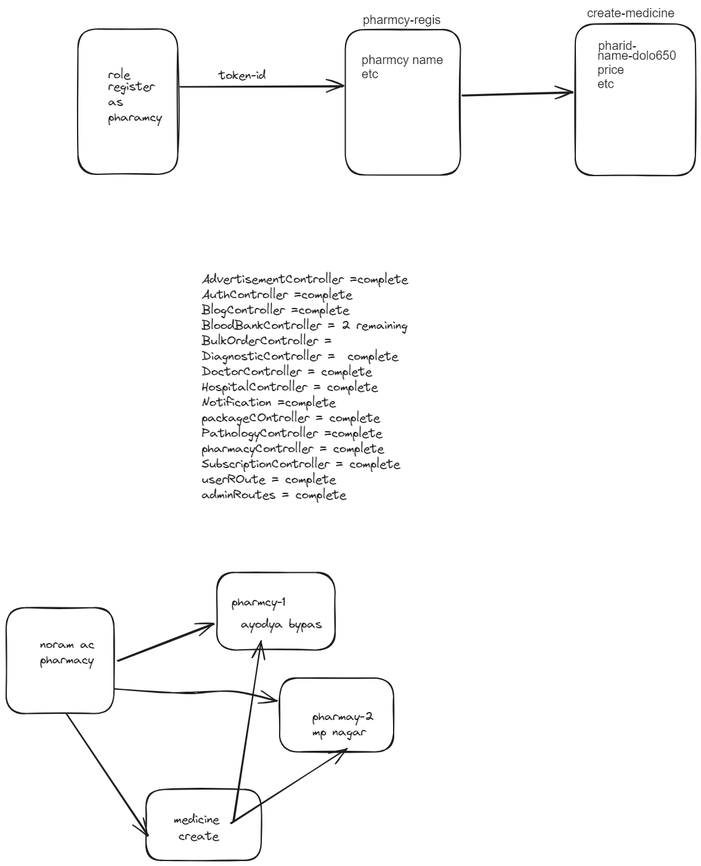
Before: dr.excalidraw.png, a diagram exported from Excalidraw (thefarhanahmad/hospital-server). Source tidied: one line per element, renumbered; positions are measured from the earlier drawing's top-left corner, leaving out a move shared by most shapes.
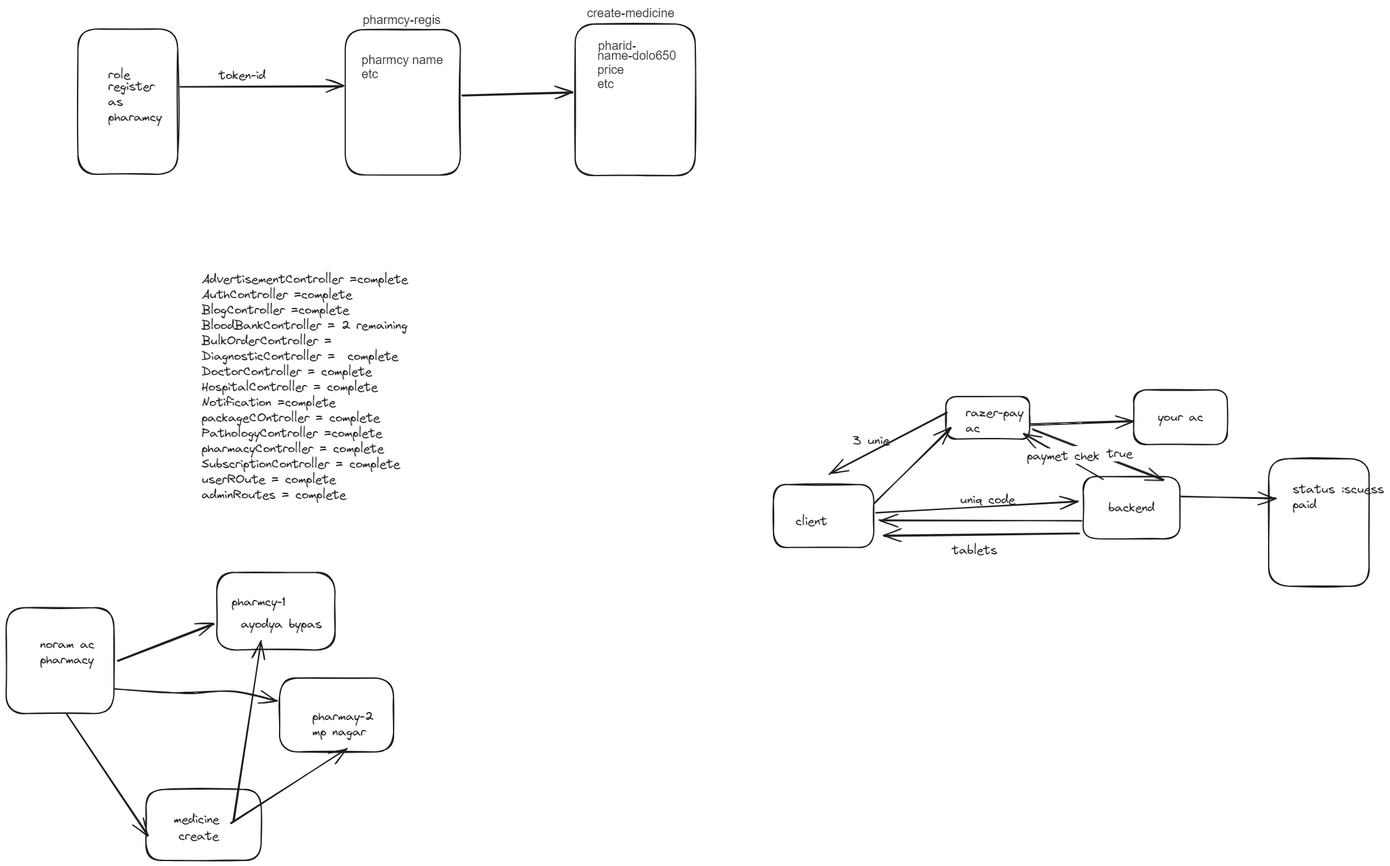
After the change.

The edit, as a diff of the source:
```diff
@@ -27,3 +27,27 @@
 {"id": 26, "type": "text", "text": "pharmay-2\nmp nagar", "strokeColor": "#1e1e1e", "strokeWidth": 2, "roughness": 1, "fontSize": 20, "fontFamily": 1, "x": 497, "y": 1141, "width": 100, "height": 50}
 {"id": 27, "type": "arrow", "strokeColor": "#1e1e1e", "strokeWidth": 2, "roughness": 1, "endArrowhead": "arrow", "round": true, "to": 26, "x": 365, "y": 1327, "width": 188, "height": 121, "points": [[0, 0], [188, -121]]}
 {"id": 28, "type": "arrow", "strokeColor": "#1e1e1e", "strokeWidth": 2, "roughness": 1, "endArrowhead": "arrow", "round": true, "to": 23, "x": 369, "y": 1323, "width": 45, "height": 292, "points": [[0, 0], [45, -292]]}
+{"id": 29, "type": "rectangle", "strokeColor": "#1e1e1e", "strokeWidth": 2, "roughness": 1, "round": true, "x": 1246, "y": 777, "width": 163, "height": 102}
+{"id": 30, "type": "rectangle", "strokeColor": "#1e1e1e", "strokeWidth": 2, "roughness": 1, "round": true, "x": 1749, "y": 764, "width": 157, "height": 101}
+{"id": 31, "type": "text", "text": "backend", "strokeColor": "#1e1e1e", "strokeWidth": 2, "roughness": 1, "fontSize": 20, "fontFamily": 1, "textAlign": "center", "verticalAlign": "middle", "inside": 30, "x": 1790, "y": 802, "width": 75, "height": 25}
+{"id": 32, "type": "arrow", "strokeColor": "#1e1e1e", "strokeWidth": 2, "roughness": 1, "endArrowhead": "arrow", "round": true, "from": 29, "x": 1410, "y": 806, "width": 124, "height": 121, "points": [[0, 0], [124, -121]]}
+{"id": 33, "type": "arrow", "strokeColor": "#1e1e1e", "strokeWidth": 2, "roughness": 1, "endArrowhead": "arrow", "round": true, "from": 30, "to": 29, "x": 1743, "y": 857, "width": 318, "height": 3, "points": [[0, 0], [-318, 3]]}
+{"id": 34, "type": "text", "text": "tablets", "strokeColor": "#1e1e1e", "strokeWidth": 2, "roughness": 1, "fontSize": 20, "fontFamily": 1, "x": 1536, "y": 871, "width": 73, "height": 25}
+{"id": 35, "type": "rectangle", "strokeColor": "#1e1e1e", "strokeWidth": 2, "roughness": 1, "round": true, "x": 1526, "y": 634, "width": 136, "height": 69}
+{"id": 36, "type": "text", "text": "razer-pay\nac", "strokeColor": "#1e1e1e", "strokeWidth": 2, "roughness": 1, "fontSize": 20, "fontFamily": 1, "x": 1558, "y": 648, "width": 94, "height": 50}
+{"id": 37, "type": "arrow", "strokeColor": "#1e1e1e", "strokeWidth": 2, "roughness": 1, "endArrowhead": "arrow", "round": true, "from": 36, "x": 1664, "y": 679, "width": 167, "height": 6, "points": [[0, 0], [167, -6]]}
+{"id": 38, "type": "rectangle", "strokeColor": "#1e1e1e", "strokeWidth": 2, "roughness": 1, "round": true, "x": 1831, "y": 623, "width": 152, "height": 89}
+{"id": 39, "type": "text", "text": "your ac", "strokeColor": "#1e1e1e", "strokeWidth": 2, "roughness": 1, "fontSize": 20, "fontFamily": 1, "textAlign": "center", "verticalAlign": "middle", "inside": 38, "x": 1870, "y": 655, "width": 74, "height": 25}
+{"id": 40, "type": "arrow", "strokeColor": "#1e1e1e", "strokeWidth": 2, "roughness": 1, "endArrowhead": "arrow", "round": true, "from": 29, "to": 30, "x": 1413, "y": 822, "width": 328, "height": 18, "points": [[0, 0], [328, -18]]}
+{"id": 41, "type": "text", "text": "uniq code", "strokeColor": "#1e1e1e", "strokeWidth": 2, "roughness": 1, "fontSize": 20, "fontFamily": 1, "x": 1549, "y": 789, "width": 89, "height": 25}
+{"id": 42, "type": "arrow", "strokeColor": "#1e1e1e", "strokeWidth": 2, "roughness": 1, "endArrowhead": "arrow", "round": true, "from": 30, "x": 1908, "y": 796, "width": 153, "height": 3, "points": [[0, 0], [153, 3]]}
+{"id": 43, "type": "rectangle", "strokeColor": "#1e1e1e", "strokeWidth": 2, "roughness": 1, "round": true, "x": 2050, "y": 735, "width": 163, "height": 207}
+{"id": 44, "type": "arrow", "strokeColor": "#1e1e1e", "strokeWidth": 2, "roughness": 1, "endArrowhead": "arrow", "round": true, "from": 30, "to": 29, "x": 1746, "y": 835, "width": 328, "height": 0, "points": [[0, 0], [-328, 0]]}
+{"id": 45, "type": "text", "text": "client", "strokeColor": "#1e1e1e", "strokeWidth": 2, "roughness": 1, "fontSize": 20, "fontFamily": 1, "x": 1282, "y": 824, "width": 51, "height": 25}
+{"id": 46, "type": "arrow", "strokeColor": "#1e1e1e", "strokeWidth": 2, "roughness": 1, "endArrowhead": "arrow", "round": true, "to": 29, "x": 1527, "y": 660, "width": 190, "height": 100, "points": [[0, 0], [-190, 100]]}
+{"id": 47, "type": "text", "text": "3 unie", "strokeColor": "#1e1e1e", "strokeWidth": 2, "roughness": 1, "fontSize": 20, "fontFamily": 1, "x": 1375, "y": 693, "width": 60, "height": 25}
+{"id": 48, "type": "arrow", "strokeColor": "#1e1e1e", "strokeWidth": 2, "roughness": 1, "endArrowhead": "arrow", "round": true, "to": 36, "x": 1781, "y": 768, "width": 129, "height": 74, "points": [[0, 0], [-129, -74]]}
+{"id": 49, "type": "text", "text": "paymet chek", "strokeColor": "#1e1e1e", "strokeWidth": 2, "roughness": 1, "fontSize": 20, "fontFamily": 1, "textAlign": "center", "verticalAlign": "middle", "inside": 48, "x": 1657, "y": 718, "width": 118, "height": 25}
+{"id": 50, "type": "arrow", "strokeColor": "#1e1e1e", "strokeWidth": 2, "roughness": 1, "endArrowhead": "arrow", "round": true, "from": 36, "x": 1667, "y": 686, "width": 213, "height": 81, "points": [[0, 0], [213, 81]]}
+{"id": 51, "type": "text", "text": "       true", "strokeColor": "#1e1e1e", "strokeWidth": 2, "roughness": 1, "fontSize": 20, "fontFamily": 1, "textAlign": "center", "verticalAlign": "middle", "inside": 50, "x": 1717, "y": 714, "width": 112, "height": 25}
+{"id": 52, "type": "text", "text": "status :scuess\npaid", "strokeColor": "#1e1e1e", "strokeWidth": 2, "roughness": 1, "fontSize": 20, "fontFamily": 1, "x": 2089, "y": 772, "width": 149, "height": 50}
```
